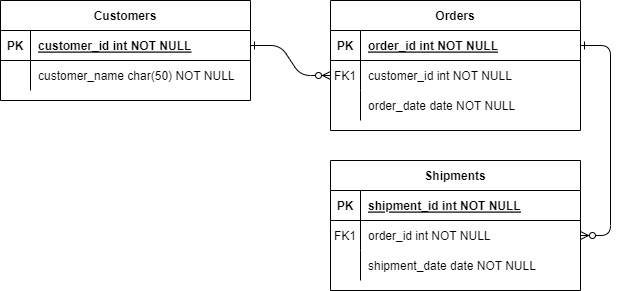
Earlier version of the draw.io export Hotel.drawio.png (winters828/winters828). Source tidied: cells renumbered, new cells last; positions are measured from the earlier drawing's top-left corner, leaving out a move shared by most shapes.
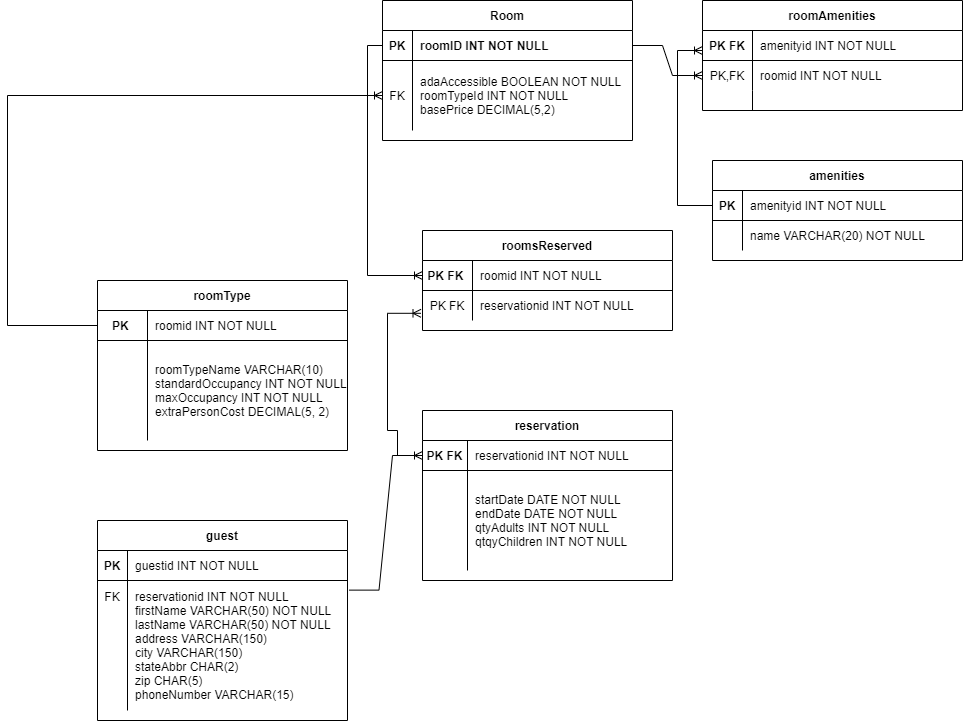
After the commit.

Diff of the diagram source:
```diff
@@ -2,44 +2,38 @@
   <root>
     <mxCell id="0" />
     <mxCell id="1" parent="0" />
-    <mxCell id="2" style="edgeStyle=entityRelationEdgeStyle;endArrow=ERzeroToMany;startArrow=ERone;endFill=1;startFill=0;" parent="1" edge="1" source="25" target="8">
-      <mxGeometry relative="1" as="geometry" />
-    </mxCell>
-    <mxCell id="3" style="edgeStyle=entityRelationEdgeStyle;endArrow=ERzeroToMany;startArrow=ERone;endFill=1;startFill=0;" parent="1" edge="1" source="5" target="18">
-      <mxGeometry relative="1" as="geometry" />
-    </mxCell>
-    <mxCell id="4" value="Orders" style="shape=table;startSize=30;rowLines=0;fontStyle=1;align=center;" parent="1" vertex="1">
-      <mxGeometry x="330" width="250" height="130" as="geometry" />
+    <mxCell id="4" value="roomAmenities" style="shape=table;startSize=30;rowLines=0;fontStyle=1;align=center;" parent="1" vertex="1">
+      <mxGeometry x="320" width="260" height="110" as="geometry" />
     </mxCell>
     <mxCell id="5" style="shape=partialRectangle;fillColor=none;points=[[0,0.5],[1,0.5]];portConstraint=eastwest;top=0;left=0;right=0;bottom=1;" parent="4" vertex="1">
-      <mxGeometry y="30" width="250" height="30" as="geometry" />
+      <mxGeometry y="30" width="260" height="30" as="geometry" />
     </mxCell>
-    <mxCell id="6" value="PK" style="shape=partialRectangle;overflow=hidden;fillColor=none;top=0;left=0;bottom=0;right=0;fontStyle=1;" parent="5" vertex="1">
-      <mxGeometry width="30" height="30" as="geometry" />
+    <mxCell id="6" value="PK FK" style="shape=partialRectangle;overflow=hidden;fillColor=none;top=0;left=0;bottom=0;right=0;fontStyle=1;" parent="5" vertex="1">
+      <mxGeometry width="50" height="30" as="geometry" />
     </mxCell>
-    <mxCell id="7" value="order_id int NOT NULL " style="shape=partialRectangle;overflow=hidden;fillColor=none;top=0;left=0;bottom=0;right=0;align=left;spacingLeft=6;fontStyle=5;" parent="5" vertex="1">
-      <mxGeometry x="30" width="220" height="30" as="geometry" />
+    <mxCell id="7" value="amenityid INT NOT NULL" style="shape=partialRectangle;overflow=hidden;fillColor=none;top=0;left=0;bottom=0;right=0;align=left;spacingLeft=6;fontStyle=0;" parent="5" vertex="1">
+      <mxGeometry x="50" width="210" height="30" as="geometry" />
     </mxCell>
     <mxCell id="8" style="shape=partialRectangle;fillColor=none;points=[[0,0.5],[1,0.5]];portConstraint=eastwest;top=0;left=0;right=0;bottom=0;" parent="4" vertex="1">
-      <mxGeometry y="60" width="250" height="30" as="geometry" />
+      <mxGeometry y="60" width="260" height="30" as="geometry" />
     </mxCell>
-    <mxCell id="9" value="FK1" style="shape=partialRectangle;overflow=hidden;fillColor=none;top=0;left=0;bottom=0;right=0;" parent="8" vertex="1">
-      <mxGeometry width="30" height="30" as="geometry" />
+    <mxCell id="9" value="PK,FK" style="shape=partialRectangle;overflow=hidden;fillColor=none;top=0;left=0;bottom=0;right=0;" parent="8" vertex="1">
+      <mxGeometry width="50" height="30" as="geometry" />
     </mxCell>
-    <mxCell id="10" value="customer_id int NOT NULL" style="shape=partialRectangle;overflow=hidden;fillColor=none;top=0;left=0;bottom=0;right=0;align=left;spacingLeft=6;" parent="8" vertex="1">
-      <mxGeometry x="30" width="220" height="30" as="geometry" />
+    <mxCell id="10" value="roomid INT NOT NULL" style="shape=partialRectangle;overflow=hidden;fillColor=none;top=0;left=0;bottom=0;right=0;align=left;spacingLeft=6;" parent="8" vertex="1">
+      <mxGeometry x="50" width="210" height="30" as="geometry" />
     </mxCell>
     <mxCell id="11" style="shape=partialRectangle;fillColor=none;top=0;left=0;right=0;bottom=0;" parent="4" vertex="1">
-      <mxGeometry y="90" width="250" height="30" as="geometry" />
+      <mxGeometry y="90" width="260" height="20" as="geometry" />
     </mxCell>
     <mxCell id="12" style="shape=partialRectangle;overflow=hidden;fillColor=none;top=0;left=0;bottom=0;right=0;" parent="11" vertex="1">
-      <mxGeometry width="30" height="30" as="geometry" />
+      <mxGeometry width="50" height="20" as="geometry" />
     </mxCell>
-    <mxCell id="13" value="order_date date NOT NULL" style="shape=partialRectangle;overflow=hidden;fillColor=none;top=0;left=0;bottom=0;right=0;align=left;spacingLeft=6;" parent="11" vertex="1">
-      <mxGeometry x="30" width="220" height="30" as="geometry" />
+    <mxCell id="13" style="shape=partialRectangle;overflow=hidden;fillColor=none;top=0;left=0;bottom=0;right=0;align=left;spacingLeft=6;" parent="11" vertex="1">
+      <mxGeometry x="50" width="210" height="20" as="geometry" />
     </mxCell>
-    <mxCell id="14" value="Shipments" style="shape=table;startSize=30;rowLines=0;fontStyle=1;align=center;" parent="1" vertex="1">
-      <mxGeometry x="330" y="160" width="250" height="130" as="geometry" />
+    <mxCell id="14" value="amenities" style="shape=table;startSize=30;rowLines=0;fontStyle=1;align=center;" parent="1" vertex="1">
+      <mxGeometry x="330" y="160" width="250" height="100" as="geometry" />
     </mxCell>
     <mxCell id="15" style="shape=partialRectangle;fillColor=none;points=[[0,0.5],[1,0.5]];portConstraint=eastwest;top=0;left=0;right=0;bottom=1;" parent="14" vertex="1">
       <mxGeometry y="30" width="250" height="30" as="geometry" />
@@ -47,29 +41,20 @@
     <mxCell id="16" value="PK" style="shape=partialRectangle;overflow=hidden;fillColor=none;top=0;left=0;bottom=0;right=0;fontStyle=1;" parent="15" vertex="1">
       <mxGeometry width="30" height="30" as="geometry" />
     </mxCell>
-    <mxCell id="17" value="shipment_id int NOT NULL " style="shape=partialRectangle;overflow=hidden;fillColor=none;top=0;left=0;bottom=0;right=0;align=left;spacingLeft=6;fontStyle=5;" parent="15" vertex="1">
+    <mxCell id="17" value="amenityid INT NOT NULL" style="shape=partialRectangle;overflow=hidden;fillColor=none;top=0;left=0;bottom=0;right=0;align=left;spacingLeft=6;fontStyle=0;" parent="15" vertex="1">
       <mxGeometry x="30" width="220" height="30" as="geometry" />
     </mxCell>
     <mxCell id="18" style="shape=partialRectangle;fillColor=none;points=[[0,0.5],[1,0.5]];portConstraint=eastwest;top=0;left=0;right=0;bottom=0;" parent="14" vertex="1">
       <mxGeometry y="60" width="250" height="30" as="geometry" />
     </mxCell>
-    <mxCell id="19" value="FK1" style="shape=partialRectangle;overflow=hidden;fillColor=none;top=0;left=0;bottom=0;right=0;" parent="18" vertex="1">
+    <mxCell id="19" style="shape=partialRectangle;overflow=hidden;fillColor=none;top=0;left=0;bottom=0;right=0;" parent="18" vertex="1">
       <mxGeometry width="30" height="30" as="geometry" />
     </mxCell>
-    <mxCell id="20" value="order_id int NOT NULL" style="shape=partialRectangle;overflow=hidden;fillColor=none;top=0;left=0;bottom=0;right=0;align=left;spacingLeft=6;" parent="18" vertex="1">
+    <mxCell id="20" value="name VARCHAR(20) NOT NULL" style="shape=partialRectangle;overflow=hidden;fillColor=none;top=0;left=0;bottom=0;right=0;align=left;spacingLeft=6;" parent="18" vertex="1">
       <mxGeometry x="30" width="220" height="30" as="geometry" />
     </mxCell>
-    <mxCell id="21" style="shape=partialRectangle;fillColor=none;top=0;left=0;right=0;bottom=0;" parent="14" vertex="1">
-      <mxGeometry y="90" width="250" height="30" as="geometry" />
-    </mxCell>
-    <mxCell id="22" style="shape=partialRectangle;overflow=hidden;fillColor=none;top=0;left=0;bottom=0;right=0;" parent="21" vertex="1">
-      <mxGeometry width="30" height="30" as="geometry" />
-    </mxCell>
-    <mxCell id="23" value="shipment_date date NOT NULL" style="shape=partialRectangle;overflow=hidden;fillColor=none;top=0;left=0;bottom=0;right=0;align=left;spacingLeft=6;" parent="21" vertex="1">
-      <mxGeometry x="30" width="220" height="30" as="geometry" />
-    </mxCell>
-    <mxCell id="24" value="Customers" style="shape=table;startSize=30;rowLines=0;fontStyle=1;align=center;" parent="1" vertex="1">
-      <mxGeometry width="250" height="100" as="geometry" />
+    <mxCell id="24" value="Room" style="shape=table;startSize=30;rowLines=0;fontStyle=1;align=center;" parent="1" vertex="1">
+      <mxGeometry width="250" height="140" as="geometry" />
     </mxCell>
     <mxCell id="25" style="shape=partialRectangle;fillColor=none;points=[[0,0.5],[1,0.5]];portConstraint=eastwest;top=0;left=0;right=0;bottom=1;" parent="24" vertex="1">
       <mxGeometry y="30" width="250" height="30" as="geometry" />
@@ -77,17 +62,142 @@
     <mxCell id="26" value="PK" style="shape=partialRectangle;overflow=hidden;fillColor=none;top=0;left=0;bottom=0;right=0;fontStyle=1;" parent="25" vertex="1">
       <mxGeometry width="30" height="30" as="geometry" />
     </mxCell>
-    <mxCell id="27" value="customer_id int NOT NULL " style="shape=partialRectangle;overflow=hidden;fillColor=none;top=0;left=0;bottom=0;right=0;align=left;spacingLeft=6;fontStyle=5;" parent="25" vertex="1">
+    <mxCell id="27" value="roomID INT NOT NULL" style="shape=partialRectangle;overflow=hidden;fillColor=none;top=0;left=0;bottom=0;right=0;align=left;spacingLeft=6;fontStyle=1;" parent="25" vertex="1">
       <mxGeometry x="30" width="220" height="30" as="geometry" />
     </mxCell>
     <mxCell id="28" style="shape=partialRectangle;fillColor=none;points=[[0,0.5],[1,0.5]];portConstraint=eastwest;top=0;left=0;right=0;bottom=0;" parent="24" vertex="1">
-      <mxGeometry y="60" width="250" height="30" as="geometry" />
+      <mxGeometry y="60" width="250" height="70" as="geometry" />
     </mxCell>
-    <mxCell id="29" style="shape=partialRectangle;overflow=hidden;fillColor=none;top=0;left=0;bottom=0;right=0;" parent="28" vertex="1">
-      <mxGeometry width="30" height="30" as="geometry" />
+    <mxCell id="29" value="FK" style="shape=partialRectangle;overflow=hidden;fillColor=none;top=0;left=0;bottom=0;right=0;" parent="28" vertex="1">
+      <mxGeometry width="30" height="70" as="geometry" />
     </mxCell>
-    <mxCell id="30" value="customer_name char(50) NOT NULL" style="shape=partialRectangle;overflow=hidden;fillColor=none;top=0;left=0;bottom=0;right=0;align=left;spacingLeft=6;" parent="28" vertex="1">
-      <mxGeometry x="30" width="220" height="30" as="geometry" />
+    <mxCell id="30" value="adaAccessible BOOLEAN NOT NULL&#10;roomTypeId INT NOT NULL&#10;basePrice DECIMAL(5,2)" style="shape=partialRectangle;overflow=hidden;fillColor=none;top=0;left=0;bottom=0;right=0;align=left;spacingLeft=6;" parent="28" vertex="1">
+      <mxGeometry x="30" width="220" height="70" as="geometry" />
     </mxCell>
+    <mxCell id="31" value="roomsReserved" style="shape=table;startSize=30;rowLines=0;fontStyle=1;align=center;" parent="1" vertex="1">
+      <mxGeometry x="40" y="230" width="250" height="100" as="geometry" />
+    </mxCell>
+    <mxCell id="32" style="shape=partialRectangle;fillColor=none;points=[[0,0.5],[1,0.5]];portConstraint=eastwest;top=0;left=0;right=0;bottom=1;" parent="31" vertex="1">
+      <mxGeometry y="30" width="250" height="30" as="geometry" />
+    </mxCell>
+    <mxCell id="33" value="PK FK " style="shape=partialRectangle;overflow=hidden;fillColor=none;top=0;left=0;bottom=0;right=0;fontStyle=1;" parent="32" vertex="1">
+      <mxGeometry width="50" height="30" as="geometry" />
+    </mxCell>
+    <mxCell id="34" value="roomid INT NOT NULL" style="shape=partialRectangle;overflow=hidden;fillColor=none;top=0;left=0;bottom=0;right=0;align=left;spacingLeft=6;fontStyle=0;" parent="32" vertex="1">
+      <mxGeometry x="50" width="200" height="30" as="geometry" />
+    </mxCell>
+    <mxCell id="35" style="shape=partialRectangle;fillColor=none;points=[[0,0.5],[1,0.5]];portConstraint=eastwest;top=0;left=0;right=0;bottom=0;" parent="31" vertex="1">
+      <mxGeometry y="60" width="250" height="30" as="geometry" />
+    </mxCell>
+    <mxCell id="36" value="PK FK" style="shape=partialRectangle;overflow=hidden;fillColor=none;top=0;left=0;bottom=0;right=0;" parent="35" vertex="1">
+      <mxGeometry width="50" height="30" as="geometry" />
+    </mxCell>
+    <mxCell id="37" value="reservationid INT NOT NULL" style="shape=partialRectangle;overflow=hidden;fillColor=none;top=0;left=0;bottom=0;right=0;align=left;spacingLeft=6;" parent="35" vertex="1">
+      <mxGeometry x="50" width="200" height="30" as="geometry" />
+    </mxCell>
+    <mxCell id="38" value="roomType" style="shape=table;startSize=30;rowLines=0;fontStyle=1;align=center;" parent="1" vertex="1">
+      <mxGeometry x="-285" y="280" width="250" height="170" as="geometry" />
+    </mxCell>
+    <mxCell id="39" style="shape=partialRectangle;fillColor=none;points=[[0,0.5],[1,0.5]];portConstraint=eastwest;top=0;left=0;right=0;bottom=1;" parent="38" vertex="1">
+      <mxGeometry y="30" width="250" height="30" as="geometry" />
+    </mxCell>
+    <mxCell id="40" value="PK " style="shape=partialRectangle;overflow=hidden;fillColor=none;top=0;left=0;bottom=0;right=0;fontStyle=1;" parent="39" vertex="1">
+      <mxGeometry width="50" height="30" as="geometry" />
+    </mxCell>
+    <mxCell id="41" value="roomid INT NOT NULL" style="shape=partialRectangle;overflow=hidden;fillColor=none;top=0;left=0;bottom=0;right=0;align=left;spacingLeft=6;fontStyle=0;" parent="39" vertex="1">
+      <mxGeometry x="50" width="200" height="30" as="geometry" />
+    </mxCell>
+    <mxCell id="42" style="shape=partialRectangle;fillColor=none;top=0;left=0;right=0;bottom=0;" parent="38" vertex="1">
+      <mxGeometry y="60" width="250" height="100" as="geometry" />
+    </mxCell>
+    <mxCell id="43" style="shape=partialRectangle;overflow=hidden;fillColor=none;top=0;left=0;bottom=0;right=0;" parent="42" vertex="1">
+      <mxGeometry width="50" height="100" as="geometry" />
+    </mxCell>
+    <mxCell id="44" value="roomTypeName VARCHAR(10)&#10;standardOccupancy INT NOT NULL&#10;maxOccupancy INT NOT NULL&#10;extraPersonCost DECIMAL(5, 2)" style="shape=partialRectangle;overflow=hidden;fillColor=none;top=0;left=0;bottom=0;right=0;align=left;spacingLeft=6;" parent="42" vertex="1">
+      <mxGeometry x="50" width="200" height="100" as="geometry" />
+    </mxCell>
+    <mxCell id="45" value="reservation" style="shape=table;startSize=30;rowLines=0;fontStyle=1;align=center;" parent="1" vertex="1">
+      <mxGeometry x="40" y="410" width="250" height="170" as="geometry" />
+    </mxCell>
+    <mxCell id="46" style="shape=partialRectangle;fillColor=none;points=[[0,0.5],[1,0.5]];portConstraint=eastwest;top=0;left=0;right=0;bottom=1;" parent="45" vertex="1">
+      <mxGeometry y="30" width="250" height="30" as="geometry" />
+    </mxCell>
+    <mxCell id="47" value="PK FK" style="shape=partialRectangle;overflow=hidden;fillColor=none;top=0;left=0;bottom=0;right=0;fontStyle=1;" parent="46" vertex="1">
+      <mxGeometry width="45" height="30" as="geometry" />
+    </mxCell>
+    <mxCell id="48" value="reservationid INT NOT NULL" style="shape=partialRectangle;overflow=hidden;fillColor=none;top=0;left=0;bottom=0;right=0;align=left;spacingLeft=6;fontStyle=0;" parent="46" vertex="1">
+      <mxGeometry x="45" width="205" height="30" as="geometry" />
+    </mxCell>
+    <mxCell id="49" style="shape=partialRectangle;fillColor=none;top=0;left=0;right=0;bottom=0;" parent="45" vertex="1">
+      <mxGeometry y="60" width="250" height="100" as="geometry" />
+    </mxCell>
+    <mxCell id="50" style="shape=partialRectangle;overflow=hidden;fillColor=none;top=0;left=0;bottom=0;right=0;" parent="49" vertex="1">
+      <mxGeometry width="45" height="100" as="geometry" />
+    </mxCell>
+    <mxCell id="51" value="startDate DATE NOT NULL&#10;endDate DATE NOT NULL&#10;qtyAdults INT NOT NULL&#10;qtqyChildren INT NOT NULL" style="shape=partialRectangle;overflow=hidden;fillColor=none;top=0;left=0;bottom=0;right=0;align=left;spacingLeft=6;" parent="49" vertex="1">
+      <mxGeometry x="45" width="205" height="100" as="geometry" />
+    </mxCell>
+    <mxCell id="52" value="guest" style="shape=table;startSize=30;rowLines=0;fontStyle=1;align=center;" parent="1" vertex="1">
+      <mxGeometry x="-285" y="520" width="250" height="200" as="geometry" />
+    </mxCell>
+    <mxCell id="53" style="shape=partialRectangle;fillColor=none;top=0;left=0;right=0;bottom=1;" parent="52" vertex="1">
+      <mxGeometry y="30" width="250" height="30" as="geometry" />
+    </mxCell>
+    <mxCell id="54" value="PK" style="shape=partialRectangle;overflow=hidden;fillColor=none;top=0;left=0;bottom=0;right=0;fontStyle=1;" parent="53" vertex="1">
+      <mxGeometry width="30" height="30" as="geometry" />
+    </mxCell>
+    <mxCell id="55" value="guestid INT NOT NULL" style="shape=partialRectangle;overflow=hidden;fillColor=none;top=0;left=0;bottom=0;right=0;align=left;spacingLeft=6;fontStyle=0;" parent="53" vertex="1">
+      <mxGeometry x="30" width="220" height="30" as="geometry" />
+    </mxCell>
+    <mxCell id="56" style="shape=partialRectangle;fillColor=none;points=[[0,0.5],[1,0.5]];portConstraint=eastwest;top=0;left=0;right=0;bottom=0;" parent="52" vertex="1">
+      <mxGeometry y="60" width="250" height="130" as="geometry" />
+    </mxCell>
+    <mxCell id="57" value="FK&#10;&#10;&#10;&#10;&#10;&#10;&#10;" style="shape=partialRectangle;overflow=hidden;fillColor=none;top=0;left=0;bottom=0;right=0;" parent="56" vertex="1">
+      <mxGeometry width="30" height="130" as="geometry" />
+    </mxCell>
+    <mxCell id="58" value="reservationid INT NOT NULL&#10;firstName VARCHAR(50) NOT NULL&#10;lastName VARCHAR(50) NOT NULL&#10;address VARCHAR(150)&#10;city VARCHAR(150)&#10;stateAbbr CHAR(2)&#10;zip CHAR(5)&#10;phoneNumber VARCHAR(15)" style="shape=partialRectangle;overflow=hidden;fillColor=none;top=0;left=0;bottom=0;right=0;align=left;spacingLeft=6;" parent="56" vertex="1">
+      <mxGeometry x="30" width="220" height="130" as="geometry" />
+    </mxCell>
+    <mxCell id="59" style="edgeStyle=entityRelationEdgeStyle;fontSize=12;html=1;endArrow=ERoneToMany;rounded=0;exitX=1.006;exitY=0.074;exitDx=0;exitDy=0;exitPerimeter=0;entryX=0;entryY=0.5;entryDx=0;entryDy=0;" parent="1" edge="1" source="56" target="46">
+      <mxGeometry relative="1" as="geometry" />
+    </mxCell>
+    <mxCell id="60" style="edgeStyle=orthogonalEdgeStyle;fontSize=12;html=1;endArrow=ERoneToMany;rounded=0;entryX=-0.006;entryY=0.76;entryDx=0;entryDy=0;entryPerimeter=0;exitX=0;exitY=0.5;exitDx=0;exitDy=0;" parent="1" edge="1" source="46" target="35">
+      <mxGeometry relative="1" as="geometry">
+        <Array as="points">
+          <mxPoint x="15" y="455" />
+          <mxPoint x="15" y="430" />
+          <mxPoint x="5" y="430" />
+          <mxPoint x="5" y="313" />
+        </Array>
+      </mxGeometry>
+    </mxCell>
+    <mxCell id="61" style="edgeStyle=orthogonalEdgeStyle;fontSize=12;html=1;endArrow=ERoneToMany;rounded=0;entryX=0;entryY=0.5;entryDx=0;entryDy=0;exitX=0;exitY=0.5;exitDx=0;exitDy=0;" parent="1" edge="1" source="25" target="32">
+      <mxGeometry relative="1" as="geometry">
+        <Array as="points">
+          <mxPoint x="-15" y="45" />
+          <mxPoint x="-15" y="275" />
+        </Array>
+      </mxGeometry>
+    </mxCell>
+    <mxCell id="62" style="edgeStyle=orthogonalEdgeStyle;fontSize=12;html=1;endArrow=ERoneToMany;rounded=0;entryX=0;entryY=0.5;entryDx=0;entryDy=0;exitX=0;exitY=0.5;exitDx=0;exitDy=0;" parent="1" edge="1" source="39" target="28">
+      <mxGeometry relative="1" as="geometry">
+        <Array as="points">
+          <mxPoint x="-375" y="325" />
+          <mxPoint x="-375" y="95" />
+        </Array>
+      </mxGeometry>
+    </mxCell>
+    <mxCell id="2" style="edgeStyle=entityRelationEdgeStyle;fontSize=12;html=1;endArrow=ERoneToMany;rounded=0;exitX=1;exitY=0.5;exitDx=0;exitDy=0;entryX=0;entryY=0.5;entryDx=0;entryDy=0;" parent="1" edge="1" source="25" target="8">
+      <mxGeometry relative="1" as="geometry" />
+    </mxCell>
+    <mxCell id="63" style="edgeStyle=orthogonalEdgeStyle;fontSize=12;html=1;endArrow=ERoneToMany;rounded=0;exitX=0;exitY=0.5;exitDx=0;exitDy=0;" parent="1" edge="1" source="15">
+      <mxGeometry relative="1" as="geometry">
+        <mxPoint x="320" y="50" as="targetPoint" />
+        <Array as="points">
+          <mxPoint x="295" y="205" />
+          <mxPoint x="295" y="50" />
+        </Array>
+      </mxGeometry>
+    </mxCell>
   </root>
 </mxGraphModel>
```
